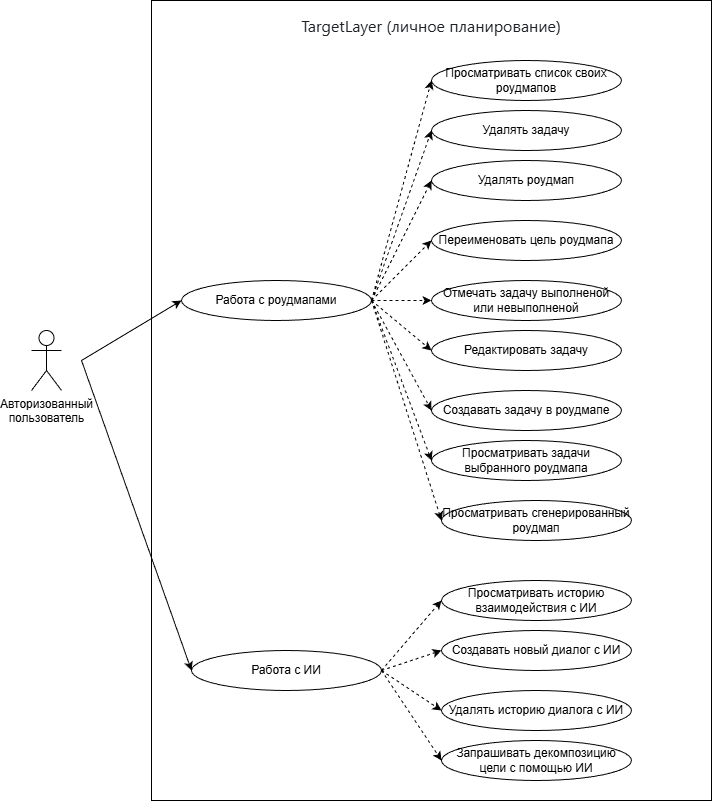
AleksandrMeshkov/Diplom keeps this draw.io diagram as TargetLayer (личное планирование) прицедентов.png. Above is the earlier version. Source tidied: cells renumbered, new cells last; positions are measured from the earlier drawing's top-left corner, leaving out a move shared by most shapes.
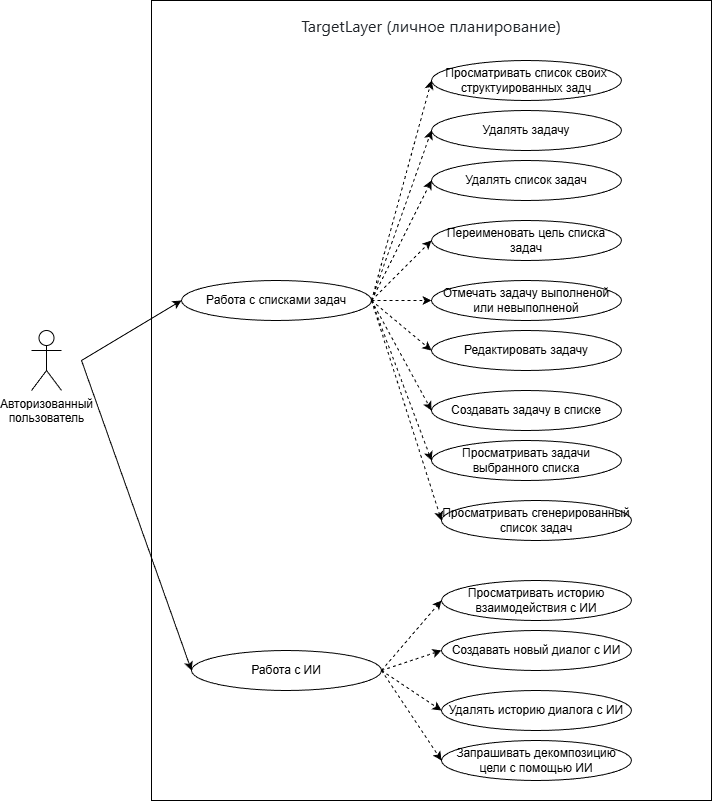
The same diagram one commit later.

What changed in the source:
```diff
@@ -5,9 +5,9 @@
     <mxCell id="2" value="Авторизованный&lt;div&gt;пользователь&lt;/div&gt;" style="shape=umlActor;verticalLabelPosition=bottom;verticalAlign=top;html=1;" parent="1" vertex="1">
       <mxGeometry y="330" width="30" height="60" as="geometry" />
     </mxCell>
-    <mxCell id="3" style="rounded=0;whiteSpace=wrap;html=1;" parent="1" vertex="1">
-      <mxGeometry x="120" width="560" height="800" as="geometry" />
-    </mxCell>
+    <mxCell id="35" style="rounded=0;whiteSpace=wrap;html=1;" parent="1" vertex="1">
+      <mxGeometry x="120" width="560" height="800" as="geometry" />
+    </mxCell>
     <mxCell id="4" value="&lt;span style=&quot;color: rgb(31, 35, 40); font-family: &amp;quot;Mona Sans VF&amp;quot;, -apple-system, BlinkMacSystemFont, &amp;quot;Segoe UI&amp;quot;, &amp;quot;Noto Sans&amp;quot;, Helvetica, Arial, sans-serif, &amp;quot;Apple Color Emoji&amp;quot;, &amp;quot;Segoe UI Emoji&amp;quot;; font-size: 16px; text-align: start; background-color: rgb(255, 255, 255);&quot;&gt;TargetLayer (личное планирование)&lt;/span&gt;" style="text;html=1;whiteSpace=wrap;strokeColor=none;fillColor=none;align=center;verticalAlign=middle;rounded=0;" parent="1" vertex="1">
       <mxGeometry x="245" y="10" width="310" height="30" as="geometry" />
     </mxCell>
@@ -23,15 +23,15 @@
     <mxCell id="8" value="Просматривать историю взаимодействия с ИИ" style="ellipse;whiteSpace=wrap;html=1;" parent="1" vertex="1">
       <mxGeometry x="410" y="580" width="190" height="40" as="geometry" />
     </mxCell>
-    <mxCell id="9" value="Работа с роудмапами" style="ellipse;whiteSpace=wrap;html=1;" parent="1" vertex="1">
-      <mxGeometry x="150" y="280" width="190" height="40" as="geometry" />
-    </mxCell>
-    <mxCell id="10" value="Удалять роудмап" style="ellipse;whiteSpace=wrap;html=1;" parent="1" vertex="1">
-      <mxGeometry x="400" y="160" width="190" height="40" as="geometry" />
-    </mxCell>
-    <mxCell id="11" value="Переименовать цель роудмапа" style="ellipse;whiteSpace=wrap;html=1;" parent="1" vertex="1">
-      <mxGeometry x="400" y="220" width="190" height="40" as="geometry" />
-    </mxCell>
+    <mxCell id="36" value="Работа с списками задач" style="ellipse;whiteSpace=wrap;html=1;" parent="1" vertex="1">
+      <mxGeometry x="150" y="280" width="190" height="40" as="geometry" />
+    </mxCell>
+    <mxCell id="37" value="Удалять список задач" style="ellipse;whiteSpace=wrap;html=1;" parent="1" vertex="1">
+      <mxGeometry x="400" y="160" width="190" height="40" as="geometry" />
+    </mxCell>
+    <mxCell id="38" value="Переименовать цель списка задач" style="ellipse;whiteSpace=wrap;html=1;" parent="1" vertex="1">
+      <mxGeometry x="400" y="220" width="190" height="40" as="geometry" />
+    </mxCell>
     <mxCell id="12" value="Удалять задачу" style="ellipse;whiteSpace=wrap;html=1;" parent="1" vertex="1">
       <mxGeometry x="400" y="110" width="190" height="40" as="geometry" />
     </mxCell>
@@ -41,96 +41,96 @@
     <mxCell id="14" value="Редактировать задачу" style="ellipse;whiteSpace=wrap;html=1;" parent="1" vertex="1">
       <mxGeometry x="400" y="330" width="190" height="40" as="geometry" />
     </mxCell>
-    <mxCell id="15" value="Создавать задачу в роудмапе" style="ellipse;whiteSpace=wrap;html=1;" parent="1" vertex="1">
-      <mxGeometry x="400" y="390" width="190" height="40" as="geometry" />
-    </mxCell>
-    <mxCell id="16" value="Просматривать задачи выбранного роудмапа" style="ellipse;whiteSpace=wrap;html=1;" parent="1" vertex="1">
-      <mxGeometry x="400" y="440" width="190" height="40" as="geometry" />
-    </mxCell>
-    <mxCell id="17" value="Просматривать список своих роудмапов" style="ellipse;whiteSpace=wrap;html=1;" parent="1" vertex="1">
-      <mxGeometry x="400" y="60" width="190" height="40" as="geometry" />
-    </mxCell>
-    <mxCell id="18" value="Просматривать сгенерированный роудмап" style="ellipse;whiteSpace=wrap;html=1;" parent="1" vertex="1">
-      <mxGeometry x="410" y="500" width="190" height="40" as="geometry" />
-    </mxCell>
+    <mxCell id="39" value="Создавать задачу в списке" style="ellipse;whiteSpace=wrap;html=1;" parent="1" vertex="1">
+      <mxGeometry x="400" y="390" width="190" height="40" as="geometry" />
+    </mxCell>
+    <mxCell id="40" value="Просматривать задачи выбранного списка" style="ellipse;whiteSpace=wrap;html=1;" parent="1" vertex="1">
+      <mxGeometry x="400" y="440" width="190" height="40" as="geometry" />
+    </mxCell>
+    <mxCell id="41" value="Просматривать список своих структуированных задч" style="ellipse;whiteSpace=wrap;html=1;" parent="1" vertex="1">
+      <mxGeometry x="400" y="60" width="190" height="40" as="geometry" />
+    </mxCell>
+    <mxCell id="42" value="Просматривать сгенерированный список задач" style="ellipse;whiteSpace=wrap;html=1;" parent="1" vertex="1">
+      <mxGeometry x="410" y="500" width="190" height="40" as="geometry" />
+    </mxCell>
     <mxCell id="19" value="Запрашивать декомпозицию цели с помощью ИИ" style="ellipse;whiteSpace=wrap;html=1;" parent="1" vertex="1">
       <mxGeometry x="410" y="740" width="190" height="40" as="geometry" />
     </mxCell>
-    <mxCell id="20" style="endArrow=classic;html=1;rounded=0;entryX=0;entryY=0.5;entryDx=0;entryDy=0;" parent="1" edge="1" target="9">
-      <mxGeometry relative="1" as="geometry">
-        <mxPoint x="50" y="360" as="sourcePoint" />
-      </mxGeometry>
-    </mxCell>
-    <mxCell id="21" style="endArrow=classic;html=1;rounded=0;entryX=0;entryY=0.5;entryDx=0;entryDy=0;" parent="1" edge="1" target="5">
-      <mxGeometry relative="1" as="geometry">
-        <mxPoint x="50" y="360" as="sourcePoint" />
-      </mxGeometry>
-    </mxCell>
-    <mxCell id="22" style="endArrow=classic;html=1;rounded=0;entryX=0;entryY=0.5;entryDx=0;entryDy=0;dashed=1;" parent="1" edge="1" target="17">
-      <mxGeometry relative="1" as="geometry">
-        <mxPoint x="340" y="300" as="sourcePoint" />
-      </mxGeometry>
-    </mxCell>
-    <mxCell id="23" style="endArrow=classic;html=1;rounded=0;entryX=0;entryY=0.5;entryDx=0;entryDy=0;dashed=1;" parent="1" edge="1" target="12">
-      <mxGeometry relative="1" as="geometry">
-        <mxPoint x="340" y="300" as="sourcePoint" />
-      </mxGeometry>
-    </mxCell>
-    <mxCell id="24" style="endArrow=classic;html=1;rounded=0;entryX=0;entryY=0.5;entryDx=0;entryDy=0;dashed=1;" parent="1" edge="1" target="10">
-      <mxGeometry relative="1" as="geometry">
-        <mxPoint x="340" y="300" as="sourcePoint" />
-      </mxGeometry>
-    </mxCell>
-    <mxCell id="25" style="endArrow=classic;html=1;rounded=0;entryX=0;entryY=0.5;entryDx=0;entryDy=0;dashed=1;" parent="1" edge="1" target="11">
-      <mxGeometry relative="1" as="geometry">
-        <mxPoint x="340" y="300" as="sourcePoint" />
-      </mxGeometry>
-    </mxCell>
-    <mxCell id="26" style="endArrow=classic;html=1;rounded=0;entryX=0;entryY=0.5;entryDx=0;entryDy=0;dashed=1;" parent="1" edge="1" target="13">
-      <mxGeometry relative="1" as="geometry">
-        <mxPoint x="340" y="300" as="sourcePoint" />
-      </mxGeometry>
-    </mxCell>
-    <mxCell id="27" style="endArrow=classic;html=1;rounded=0;entryX=0;entryY=0.5;entryDx=0;entryDy=0;dashed=1;" parent="1" edge="1" target="14">
-      <mxGeometry relative="1" as="geometry">
-        <mxPoint x="340" y="300" as="sourcePoint" />
-      </mxGeometry>
-    </mxCell>
-    <mxCell id="28" style="endArrow=classic;html=1;rounded=0;entryX=0;entryY=0.5;entryDx=0;entryDy=0;dashed=1;" parent="1" edge="1" target="15">
-      <mxGeometry relative="1" as="geometry">
-        <mxPoint x="340" y="300" as="sourcePoint" />
-      </mxGeometry>
-    </mxCell>
-    <mxCell id="29" style="endArrow=classic;html=1;rounded=0;entryX=0;entryY=0.5;entryDx=0;entryDy=0;dashed=1;" parent="1" edge="1" target="16">
-      <mxGeometry relative="1" as="geometry">
-        <mxPoint x="340" y="300" as="sourcePoint" />
-      </mxGeometry>
-    </mxCell>
-    <mxCell id="30" style="endArrow=classic;html=1;rounded=0;dashed=1;" parent="1" edge="1">
-      <mxGeometry relative="1" as="geometry">
-        <mxPoint x="340" y="300" as="sourcePoint" />
-        <mxPoint x="410" y="520" as="targetPoint" />
-      </mxGeometry>
-    </mxCell>
-    <mxCell id="31" style="endArrow=classic;html=1;rounded=0;entryX=0;entryY=0.5;entryDx=0;entryDy=0;dashed=1;" parent="1" edge="1" target="8">
-      <mxGeometry relative="1" as="geometry">
-        <mxPoint x="350" y="670" as="sourcePoint" />
-      </mxGeometry>
-    </mxCell>
-    <mxCell id="32" style="endArrow=classic;html=1;rounded=0;entryX=0;entryY=0.5;entryDx=0;entryDy=0;dashed=1;" parent="1" edge="1" target="7">
-      <mxGeometry relative="1" as="geometry">
-        <mxPoint x="350" y="670" as="sourcePoint" />
-      </mxGeometry>
-    </mxCell>
-    <mxCell id="33" style="endArrow=classic;html=1;rounded=0;entryX=0;entryY=0.5;entryDx=0;entryDy=0;dashed=1;" parent="1" edge="1" target="6">
-      <mxGeometry relative="1" as="geometry">
-        <mxPoint x="350" y="670" as="sourcePoint" />
-      </mxGeometry>
-    </mxCell>
-    <mxCell id="34" style="endArrow=classic;html=1;rounded=0;entryX=0;entryY=0.5;entryDx=0;entryDy=0;dashed=1;" parent="1" edge="1" target="19">
-      <mxGeometry relative="1" as="geometry">
-        <mxPoint x="350" y="670" as="sourcePoint" />
-      </mxGeometry>
-    </mxCell>
+    <mxCell id="43" style="endArrow=classic;html=1;rounded=0;entryX=0;entryY=0.5;entryDx=0;entryDy=0;" parent="1" edge="1" target="36">
+      <mxGeometry relative="1" as="geometry">
+        <mxPoint x="50" y="360" as="sourcePoint" />
+      </mxGeometry>
+    </mxCell>
+    <mxCell id="44" style="endArrow=classic;html=1;rounded=0;entryX=0;entryY=0.5;entryDx=0;entryDy=0;" parent="1" edge="1" target="5">
+      <mxGeometry relative="1" as="geometry">
+        <mxPoint x="50" y="360" as="sourcePoint" />
+      </mxGeometry>
+    </mxCell>
+    <mxCell id="45" style="endArrow=classic;html=1;rounded=0;entryX=0;entryY=0.5;entryDx=0;entryDy=0;dashed=1;" parent="1" edge="1" target="41">
+      <mxGeometry relative="1" as="geometry">
+        <mxPoint x="340" y="300" as="sourcePoint" />
+      </mxGeometry>
+    </mxCell>
+    <mxCell id="46" style="endArrow=classic;html=1;rounded=0;entryX=0;entryY=0.5;entryDx=0;entryDy=0;dashed=1;" parent="1" edge="1" target="12">
+      <mxGeometry relative="1" as="geometry">
+        <mxPoint x="340" y="300" as="sourcePoint" />
+      </mxGeometry>
+    </mxCell>
+    <mxCell id="47" style="endArrow=classic;html=1;rounded=0;entryX=0;entryY=0.5;entryDx=0;entryDy=0;dashed=1;" parent="1" edge="1" target="37">
+      <mxGeometry relative="1" as="geometry">
+        <mxPoint x="340" y="300" as="sourcePoint" />
+      </mxGeometry>
+    </mxCell>
+    <mxCell id="48" style="endArrow=classic;html=1;rounded=0;entryX=0;entryY=0.5;entryDx=0;entryDy=0;dashed=1;" parent="1" edge="1" target="38">
+      <mxGeometry relative="1" as="geometry">
+        <mxPoint x="340" y="300" as="sourcePoint" />
+      </mxGeometry>
+    </mxCell>
+    <mxCell id="49" style="endArrow=classic;html=1;rounded=0;entryX=0;entryY=0.5;entryDx=0;entryDy=0;dashed=1;" parent="1" edge="1" target="13">
+      <mxGeometry relative="1" as="geometry">
+        <mxPoint x="340" y="300" as="sourcePoint" />
+      </mxGeometry>
+    </mxCell>
+    <mxCell id="50" style="endArrow=classic;html=1;rounded=0;entryX=0;entryY=0.5;entryDx=0;entryDy=0;dashed=1;" parent="1" edge="1" target="14">
+      <mxGeometry relative="1" as="geometry">
+        <mxPoint x="340" y="300" as="sourcePoint" />
+      </mxGeometry>
+    </mxCell>
+    <mxCell id="51" style="endArrow=classic;html=1;rounded=0;entryX=0;entryY=0.5;entryDx=0;entryDy=0;dashed=1;" parent="1" edge="1" target="39">
+      <mxGeometry relative="1" as="geometry">
+        <mxPoint x="340" y="300" as="sourcePoint" />
+      </mxGeometry>
+    </mxCell>
+    <mxCell id="52" style="endArrow=classic;html=1;rounded=0;entryX=0;entryY=0.5;entryDx=0;entryDy=0;dashed=1;" parent="1" edge="1" target="40">
+      <mxGeometry relative="1" as="geometry">
+        <mxPoint x="340" y="300" as="sourcePoint" />
+      </mxGeometry>
+    </mxCell>
+    <mxCell id="53" style="endArrow=classic;html=1;rounded=0;dashed=1;" parent="1" edge="1">
+      <mxGeometry relative="1" as="geometry">
+        <mxPoint x="340" y="300" as="sourcePoint" />
+        <mxPoint x="410" y="520" as="targetPoint" />
+      </mxGeometry>
+    </mxCell>
+    <mxCell id="54" style="endArrow=classic;html=1;rounded=0;entryX=0;entryY=0.5;entryDx=0;entryDy=0;dashed=1;" parent="1" edge="1" target="8">
+      <mxGeometry relative="1" as="geometry">
+        <mxPoint x="350" y="670" as="sourcePoint" />
+      </mxGeometry>
+    </mxCell>
+    <mxCell id="55" style="endArrow=classic;html=1;rounded=0;entryX=0;entryY=0.5;entryDx=0;entryDy=0;dashed=1;" parent="1" edge="1" target="7">
+      <mxGeometry relative="1" as="geometry">
+        <mxPoint x="350" y="670" as="sourcePoint" />
+      </mxGeometry>
+    </mxCell>
+    <mxCell id="56" style="endArrow=classic;html=1;rounded=0;entryX=0;entryY=0.5;entryDx=0;entryDy=0;dashed=1;" parent="1" edge="1" target="6">
+      <mxGeometry relative="1" as="geometry">
+        <mxPoint x="350" y="670" as="sourcePoint" />
+      </mxGeometry>
+    </mxCell>
+    <mxCell id="57" style="endArrow=classic;html=1;rounded=0;entryX=0;entryY=0.5;entryDx=0;entryDy=0;dashed=1;" parent="1" edge="1" target="19">
+      <mxGeometry relative="1" as="geometry">
+        <mxPoint x="350" y="670" as="sourcePoint" />
+      </mxGeometry>
+    </mxCell>
   </root>
 </mxGraphModel>
```
